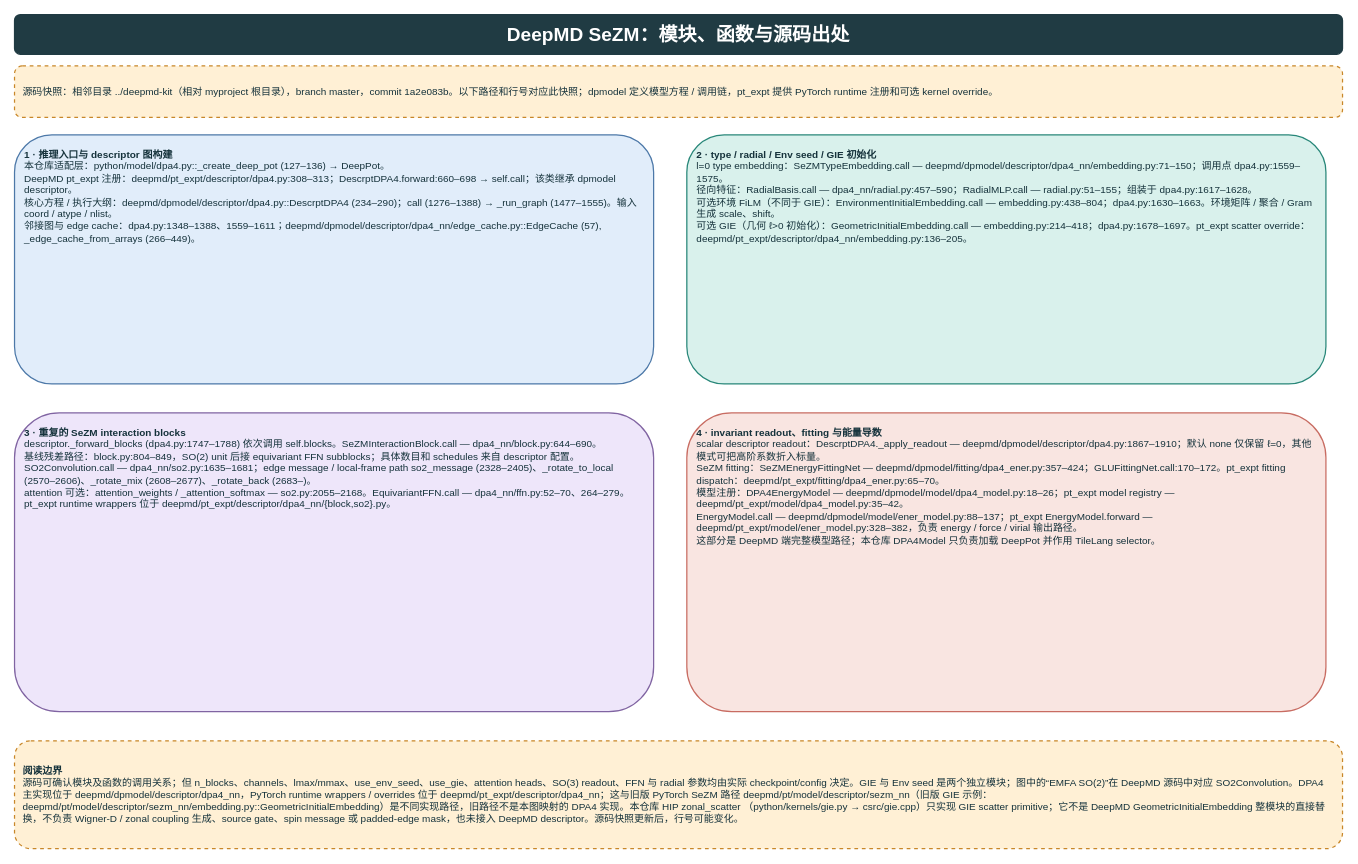
The draw.io diagram page "DeepMD 源码出处" (4 of 4) of doc/dpa4-model-architecture.drawio in lipengfei1409/bysj, before the edit. Source tidied: cells renumbered, new cells numbered last; positions are measured from the earlier drawing's top-left corner, leaving out a move shared by most shapes. Both pictures are drawn from the tidied source at 83%, with x=0, y=0 at pixel (14, 14).
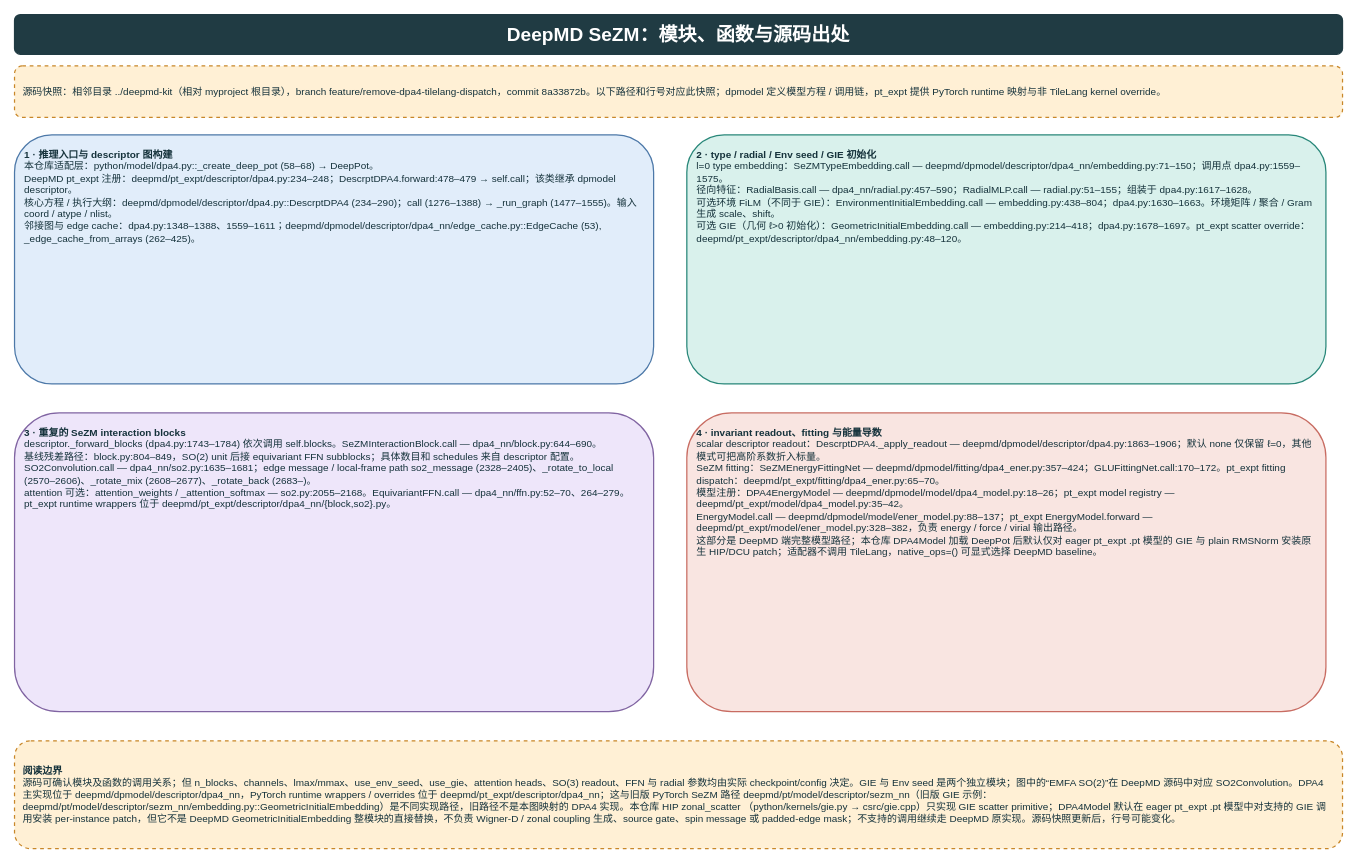
The same page after the edit.

Commit message (it also covers changes not shown here):
feat(model): default to native DPA4 primitives

What changed in the source:
```diff
@@
 <mxGraphModel>
   <root>
     <mxCell id="0" />
     <mxCell id="1" parent="0" />
     <mxCell id="2" value="DeepMD SeZM：模块、函数与源码出处" style="rounded=1;whiteSpace=wrap;html=1;fillColor=#203B43;strokeColor=#203B43;fontColor=#FFFFFF;fontSize=23;align=center;verticalAlign=middle;spacing=8;fontStyle=1;strokeWidth=1.5;" parent="1" vertex="1">
       <mxGeometry width="1600" height="48" as="geometry" />
     </mxCell>
-    <mxCell id="3" value="源码快照：相邻目录 ../deepmd-kit（相对 myproject 根目录），branch master，commit 1a2e083b。以下路径和行号对应此快照；dpmodel 定义模型方程 / 调用链，pt_expt 提供 PyTorch runtime 注册和可选 kernel override。" style="rounded=1;whiteSpace=wrap;html=1;fillColor=#FFF0D5;strokeColor=#C88729;fontColor=#15323B;fontSize=12;align=left;verticalAlign=middle;spacing=10;dashed=1;strokeWidth=1.5;" parent="1" vertex="1">
+    <mxCell id="3" value="源码快照：相邻目录 ../deepmd-kit（相对 myproject 根目录），branch feature/remove-dpa4-tilelang-dispatch，commit 8a33872b。以下路径和行号对应此快照；dpmodel 定义模型方程 / 调用链，pt_expt 提供 PyTorch runtime 映射与非 TileLang kernel override。" style="rounded=1;whiteSpace=wrap;html=1;fillColor=#FFF0D5;strokeColor=#C88729;fontColor=#15323B;fontSize=12;align=left;verticalAlign=middle;spacing=10;dashed=1;strokeWidth=1.5;" parent="1" vertex="1">
       <mxGeometry y="62" width="1600" height="62" as="geometry" />
     </mxCell>
-    <mxCell id="4" value="&lt;b&gt;1 · 推理入口与 descriptor 图构建&lt;/b&gt;&lt;br&gt;本仓库适配层：python/model/dpa4.py::_create_deep_pot (127–136) → DeepPot。&lt;br&gt;DeepMD pt_expt 注册：deepmd/pt_expt/descriptor/dpa4.py:308–313；DescrptDPA4.forward:660–698 → self.call；该类继承 dpmodel descriptor。&lt;br&gt;核心方程 / 执行大纲：deepmd/dpmodel/descriptor/dpa4.py::DescrptDPA4 (234–290)；call (1276–1388) → _run_graph (1477–1555)。输入 coord / atype / nlist。&lt;br&gt;邻接图与 edge cache：dpa4.py:1348–1388、1559–1611；deepmd/dpmodel/descriptor/dpa4_nn/edge_cache.py::EdgeCache (57), _edge_cache_from_arrays (266–449)。" style="rounded=1;whiteSpace=wrap;html=1;fillColor=#E1EDFA;strokeColor=#4C78A8;fontColor=#15323B;fontSize=12;align=left;verticalAlign=top;spacing=12;strokeWidth=1.5;" parent="1" vertex="1">
+    <mxCell id="4" value="&lt;b&gt;1 · 推理入口与 descriptor 图构建&lt;/b&gt;&lt;br&gt;本仓库适配层：python/model/dpa4.py::_create_deep_pot (58–68) → DeepPot。&lt;br&gt;DeepMD pt_expt 注册：deepmd/pt_expt/descriptor/dpa4.py:234–248；DescrptDPA4.forward:478–479 → self.call；该类继承 dpmodel descriptor。&lt;br&gt;核心方程 / 执行大纲：deepmd/dpmodel/descriptor/dpa4.py::DescrptDPA4 (234–290)；call (1276–1388) → _run_graph (1477–1555)。输入 coord / atype / nlist。&lt;br&gt;邻接图与 edge cache：dpa4.py:1348–1388、1559–1611；deepmd/dpmodel/descriptor/dpa4_nn/edge_cache.py::EdgeCache (53), _edge_cache_from_arrays (262–425)。" style="rounded=1;whiteSpace=wrap;html=1;fillColor=#E1EDFA;strokeColor=#4C78A8;fontColor=#15323B;fontSize=12;align=left;verticalAlign=top;spacing=12;strokeWidth=1.5;" parent="1" vertex="1">
       <mxGeometry y="145" width="770" height="300" as="geometry" />
     </mxCell>
-    <mxCell id="5" value="&lt;b&gt;2 · type / radial / Env seed / GIE 初始化&lt;/b&gt;&lt;br&gt;l=0 type embedding：SeZMTypeEmbedding.call — deepmd/dpmodel/descriptor/dpa4_nn/embedding.py:71–150；调用点 dpa4.py:1559–1575。&lt;br&gt;径向特征：RadialBasis.call — dpa4_nn/radial.py:457–590；RadialMLP.call — radial.py:51–155；组装于 dpa4.py:1617–1628。&lt;br&gt;可选环境 FiLM（不同于 GIE）：EnvironmentInitialEmbedding.call — embedding.py:438–804；dpa4.py:1630–1663。环境矩阵 / 聚合 / Gram 生成 scale、shift。&lt;br&gt;可选 GIE（几何 ℓ&gt;0 初始化）：GeometricInitialEmbedding.call — embedding.py:214–418；dpa4.py:1678–1697。pt_expt scatter override：deepmd/pt_expt/descriptor/dpa4_nn/embedding.py:136–205。" style="rounded=1;whiteSpace=wrap;html=1;fillColor=#D9F1EC;strokeColor=#288779;fontColor=#15323B;fontSize=12;align=left;verticalAlign=top;spacing=12;strokeWidth=1.5;" parent="1" vertex="1">
+    <mxCell id="5" value="&lt;b&gt;2 · type / radial / Env seed / GIE 初始化&lt;/b&gt;&lt;br&gt;l=0 type embedding：SeZMTypeEmbedding.call — deepmd/dpmodel/descriptor/dpa4_nn/embedding.py:71–150；调用点 dpa4.py:1559–1575。&lt;br&gt;径向特征：RadialBasis.call — dpa4_nn/radial.py:457–590；RadialMLP.call — radial.py:51–155；组装于 dpa4.py:1617–1628。&lt;br&gt;可选环境 FiLM（不同于 GIE）：EnvironmentInitialEmbedding.call — embedding.py:438–804；dpa4.py:1630–1663。环境矩阵 / 聚合 / Gram 生成 scale、shift。&lt;br&gt;可选 GIE（几何 ℓ&gt;0 初始化）：GeometricInitialEmbedding.call — embedding.py:214–418；dpa4.py:1678–1697。pt_expt scatter override：deepmd/pt_expt/descriptor/dpa4_nn/embedding.py:48–120。" style="rounded=1;whiteSpace=wrap;html=1;fillColor=#D9F1EC;strokeColor=#288779;fontColor=#15323B;fontSize=12;align=left;verticalAlign=top;spacing=12;strokeWidth=1.5;" parent="1" vertex="1">
       <mxGeometry x="810" y="145" width="770" height="300" as="geometry" />
     </mxCell>
-    <mxCell id="6" value="&lt;b&gt;3 · 重复的 SeZM interaction blocks&lt;/b&gt;&lt;br&gt;descriptor._forward_blocks (dpa4.py:1747–1788) 依次调用 self.blocks。SeZMInteractionBlock.call — dpa4_nn/block.py:644–690。&lt;br&gt;基线残差路径：block.py:804–849，SO(2) unit 后接 equivariant FFN subblocks；具体数目和 schedules 来自 descriptor 配置。&lt;br&gt;SO2Convolution.call — dpa4_nn/so2.py:1635–1681；edge message / local-frame path so2_message (2328–2405)、_rotate_to_local (2570–2606)、_rotate_mix (2608–2677)、_rotate_back (2683–)。&lt;br&gt;attention 可选：attention_weights / _attention_softmax — so2.py:2055–2168。EquivariantFFN.call — dpa4_nn/ffn.py:52–70、264–279。pt_expt runtime wrappers 位于 deepmd/pt_expt/descriptor/dpa4_nn/{block,so2}.py。" style="rounded=1;whiteSpace=wrap;html=1;fillColor=#EEE6FA;strokeColor=#8064A2;fontColor=#15323B;fontSize=12;align=left;verticalAlign=top;spacing=12;strokeWidth=1.5;" parent="1" vertex="1">
+    <mxCell id="6" value="&lt;b&gt;3 · 重复的 SeZM interaction blocks&lt;/b&gt;&lt;br&gt;descriptor._forward_blocks (dpa4.py:1743–1784) 依次调用 self.blocks。SeZMInteractionBlock.call — dpa4_nn/block.py:644–690。&lt;br&gt;基线残差路径：block.py:804–849，SO(2) unit 后接 equivariant FFN subblocks；具体数目和 schedules 来自 descriptor 配置。&lt;br&gt;SO2Convolution.call — dpa4_nn/so2.py:1635–1681；edge message / local-frame path so2_message (2328–2405)、_rotate_to_local (2570–2606)、_rotate_mix (2608–2677)、_rotate_back (2683–)。&lt;br&gt;attention 可选：attention_weights / _attention_softmax — so2.py:2055–2168。EquivariantFFN.call — dpa4_nn/ffn.py:52–70、264–279。pt_expt runtime wrappers 位于 deepmd/pt_expt/descriptor/dpa4_nn/{block,so2}.py。" style="rounded=1;whiteSpace=wrap;html=1;fillColor=#EEE6FA;strokeColor=#8064A2;fontColor=#15323B;fontSize=12;align=left;verticalAlign=top;spacing=12;strokeWidth=1.5;" parent="1" vertex="1">
       <mxGeometry y="480" width="770" height="360" as="geometry" />
     </mxCell>
-    <mxCell id="7" value="&lt;b&gt;4 · invariant readout、fitting 与能量导数&lt;/b&gt;&lt;br&gt;scalar descriptor readout：DescrptDPA4._apply_readout — deepmd/dpmodel/descriptor/dpa4.py:1867–1910；默认 none 仅保留 ℓ=0，其他模式可把高阶系数折入标量。&lt;br&gt;SeZM fitting：SeZMEnergyFittingNet — deepmd/dpmodel/fitting/dpa4_ener.py:357–424；GLUFittingNet.call:170–172。pt_expt fitting dispatch：deepmd/pt_expt/fitting/dpa4_ener.py:65–70。&lt;br&gt;模型注册：DPA4EnergyModel — deepmd/dpmodel/model/dpa4_model.py:18–26；pt_expt model registry — deepmd/pt_expt/model/dpa4_model.py:35–42。&lt;br&gt;EnergyModel.call — deepmd/dpmodel/model/ener_model.py:88–137；pt_expt EnergyModel.forward — deepmd/pt_expt/model/ener_model.py:328–382，负责 energy / force / virial 输出路径。&lt;br&gt;这部分是 DeepMD 端完整模型路径；本仓库 DPA4Model 只负责加载 DeepPot 并作用 TileLang selector。" style="rounded=1;whiteSpace=wrap;html=1;fillColor=#F9E5E1;strokeColor=#C86C62;fontColor=#15323B;fontSize=12;align=left;verticalAlign=top;spacing=12;strokeWidth=1.5;" parent="1" vertex="1">
+    <mxCell id="7" value="&lt;b&gt;4 · invariant readout、fitting 与能量导数&lt;/b&gt;&lt;br&gt;scalar descriptor readout：DescrptDPA4._apply_readout — deepmd/dpmodel/descriptor/dpa4.py:1863–1906；默认 none 仅保留 ℓ=0，其他模式可把高阶系数折入标量。&lt;br&gt;SeZM fitting：SeZMEnergyFittingNet — deepmd/dpmodel/fitting/dpa4_ener.py:357–424；GLUFittingNet.call:170–172。pt_expt fitting dispatch：deepmd/pt_expt/fitting/dpa4_ener.py:65–70。&lt;br&gt;模型注册：DPA4EnergyModel — deepmd/dpmodel/model/dpa4_model.py:18–26；pt_expt model registry — deepmd/pt_expt/model/dpa4_model.py:35–42。&lt;br&gt;EnergyModel.call — deepmd/dpmodel/model/ener_model.py:88–137；pt_expt EnergyModel.forward — deepmd/pt_expt/model/ener_model.py:328–382，负责 energy / force / virial 输出路径。&lt;br&gt;这部分是 DeepMD 端完整模型路径；本仓库 DPA4Model 加载 DeepPot 后默认仅对 eager pt_expt .pt 模型的 GIE 与 plain RMSNorm 安装原生 HIP/DCU patch；适配器不调用 TileLang，native_ops=() 可显式选择 DeepMD baseline。" style="rounded=1;whiteSpace=wrap;html=1;fillColor=#F9E5E1;strokeColor=#C86C62;fontColor=#15323B;fontSize=12;align=left;verticalAlign=top;spacing=12;strokeWidth=1.5;" parent="1" vertex="1">
       <mxGeometry x="810" y="480" width="770" height="360" as="geometry" />
     </mxCell>
-    <mxCell id="8" value="&lt;b&gt;阅读边界&lt;/b&gt;&lt;br&gt;源码可确认模块及函数的调用关系；但 n_blocks、channels、lmax/mmax、use_env_seed、use_gie、attention heads、SO(3) readout、FFN 与 radial 参数均由实际 checkpoint/config 决定。GIE 与 Env seed 是两个独立模块；图中的“EMFA SO(2)”在 DeepMD 源码中对应 SO2Convolution。DPA4 主实现位于 deepmd/dpmodel/descriptor/dpa4_nn，PyTorch runtime wrappers / overrides 位于 deepmd/pt_expt/descriptor/dpa4_nn；这与旧版 PyTorch SeZM 路径 deepmd/pt/model/descriptor/sezm_nn（旧版 GIE 示例：deepmd/pt/model/descriptor/sezm_nn/embedding.py::GeometricInitialEmbedding）是不同实现路径，旧路径不是本图映射的 DPA4 实现。本仓库 HIP zonal_scatter （python/kernels/gie.py → csrc/gie.cpp）只实现 GIE scatter primitive；它不是 DeepMD GeometricInitialEmbedding 整模块的直接替换，不负责 Wigner-D / zonal coupling 生成、source gate、spin message 或 padded-edge mask，也未接入 DeepMD descriptor。源码快照更新后，行号可能变化。" style="rounded=1;whiteSpace=wrap;html=1;fillColor=#FFF0D5;strokeColor=#C88729;fontColor=#15323B;fontSize=12;align=left;verticalAlign=middle;spacing=10;dashed=1;strokeWidth=1.5;" parent="1" vertex="1">
+    <mxCell id="8" value="&lt;b&gt;阅读边界&lt;/b&gt;&lt;br&gt;源码可确认模块及函数的调用关系；但 n_blocks、channels、lmax/mmax、use_env_seed、use_gie、attention heads、SO(3) readout、FFN 与 radial 参数均由实际 checkpoint/config 决定。GIE 与 Env seed 是两个独立模块；图中的“EMFA SO(2)”在 DeepMD 源码中对应 SO2Convolution。DPA4 主实现位于 deepmd/dpmodel/descriptor/dpa4_nn，PyTorch runtime wrappers / overrides 位于 deepmd/pt_expt/descriptor/dpa4_nn；这与旧版 PyTorch SeZM 路径 deepmd/pt/model/descriptor/sezm_nn（旧版 GIE 示例：deepmd/pt/model/descriptor/sezm_nn/embedding.py::GeometricInitialEmbedding）是不同实现路径，旧路径不是本图映射的 DPA4 实现。本仓库 HIP zonal_scatter （python/kernels/gie.py → csrc/gie.cpp）只实现 GIE scatter primitive；DPA4Model 默认在 eager pt_expt .pt 模型中对支持的 GIE 调用安装 per-instance patch，但它不是 DeepMD GeometricInitialEmbedding 整模块的直接替换，不负责 Wigner-D / zonal coupling 生成、source gate、spin message 或 padded-edge mask；不支持的调用继续走 DeepMD 原实现。源码快照更新后，行号可能变化。" style="rounded=1;whiteSpace=wrap;html=1;fillColor=#FFF0D5;strokeColor=#C88729;fontColor=#15323B;fontSize=12;align=left;verticalAlign=middle;spacing=10;dashed=1;strokeWidth=1.5;" parent="1" vertex="1">
       <mxGeometry y="875" width="1600" height="130" as="geometry" />
     </mxCell>
   </root>
 </mxGraphModel>
```
